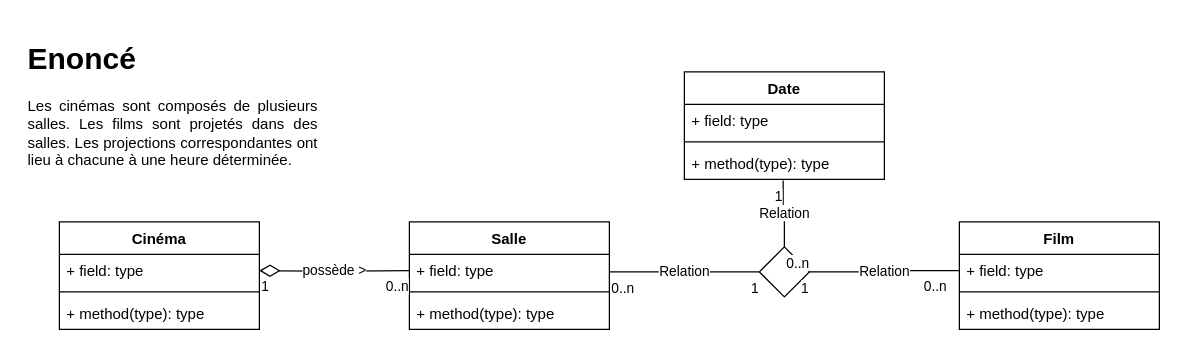
Earlier version of the draw.io diagram exo8.drawio (valentin-cochin/cda-uml-exos). Source tidied: cells renumbered, new cells numbered last; positions are measured from the earlier drawing's top-left corner, leaving out a move shared by most shapes. Both pictures are drawn from the tidied source at 125%, with x=0, y=0 at pixel (21, 34).
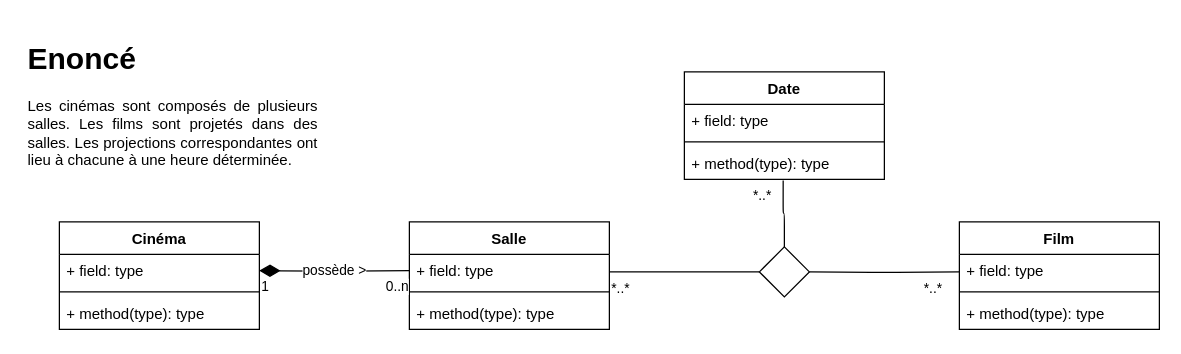
The same page after the edit.

Unchanged cells that the change refers to:
```xml
<mxCell id="8" value="+ field: type" style="text;strokeColor=none;fillColor=none;align=left;verticalAlign=top;spacingLeft=4;spacingRight=4;overflow=hidden;points=[[0,0.5],[1,0.5]];portConstraint=eastwest;" parent="7" vertex="1">
  <mxGeometry y="26" width="160" height="26" as="geometry" />
</mxCell>
<mxCell id="12" value="+ field: type" style="text;strokeColor=none;fillColor=none;align=left;verticalAlign=top;spacingLeft=4;spacingRight=4;overflow=hidden;points=[[0,0.5],[1,0.5]];portConstraint=eastwest;" parent="11" vertex="1">
  <mxGeometry y="26" width="160" height="26" as="geometry" />
</mxCell>
<mxCell id="21" value="+ method(type): type" style="text;strokeColor=none;fillColor=none;align=left;verticalAlign=top;spacingLeft=4;spacingRight=4;overflow=hidden;points=[[0,0.5],[1,0.5]];portConstraint=eastwest;" parent="18" vertex="1">
  <mxGeometry y="60" width="160" height="26" as="geometry" />
</mxCell>
<mxCell id="25" style="rhombus;" parent="1" vertex="1">
  <mxGeometry x="590" y="170" width="40" height="40" as="geometry" />
</mxCell>
```

What changed in the source:
```diff
@@
-    <mxCell id="15" value="possède &amp;gt;" style="endArrow=none;html=1;endSize=12;startArrow=diamondThin;startSize=14;startFill=0;edgeStyle=orthogonalEdgeStyle;endFill=0;entryX=0;entryY=0.5;entryDx=0;entryDy=0;" parent="1" edge="1" target="8">
+    <mxCell id="15" value="possède &amp;gt;" style="endArrow=none;html=1;endSize=12;startArrow=diamondThin;startSize=14;startFill=1;edgeStyle=orthogonalEdgeStyle;endFill=0;entryX=0;entryY=0.5;entryDx=0;entryDy=0;" parent="1" edge="1" target="8">
       <mxGeometry relative="1" as="geometry">
         <mxPoint x="190" y="189" as="sourcePoint" />
       </mxGeometry>
     </mxCell>
@@
-    <mxCell id="22" value="Relation" style="endArrow=none;html=1;endSize=12;startArrow=none;startSize=14;startFill=0;edgeStyle=orthogonalEdgeStyle;endFill=0;" parent="1" edge="1">
+    <mxCell id="22" style="endArrow=none;html=1;endSize=12;startArrow=none;startSize=14;startFill=0;edgeStyle=orthogonalEdgeStyle;endFill=0;" parent="1" edge="1">
       <mxGeometry relative="1" as="geometry">
         <mxPoint x="470" y="190" as="sourcePoint" />
         <mxPoint x="590" y="190" as="targetPoint" />
       </mxGeometry>
     </mxCell>
-    <mxCell id="23" value="0..n" style="edgeLabel;html=1;align=left;verticalAlign=top;" parent="22" vertex="1">
+    <mxCell id="23" value="*..*" style="edgeLabel;html=1;align=left;verticalAlign=top;" parent="22" vertex="1">
       <mxGeometry x="-1" relative="1" as="geometry" />
     </mxCell>
-    <mxCell id="24" value="1" style="edgeLabel;html=1;align=right;verticalAlign=top;" parent="22" vertex="1">
-      <mxGeometry x="1" relative="1" as="geometry" />
-    </mxCell>
@@
-    <mxCell id="26" value="Relation" style="endArrow=none;html=1;endSize=12;startArrow=none;startSize=14;startFill=0;edgeStyle=orthogonalEdgeStyle;exitX=0;exitY=0.5;exitDx=0;exitDy=0;endFill=0;" parent="1" edge="1" source="12" target="25">
-      <mxGeometry relative="1" as="geometry" />
+    <mxCell id="26" style="endArrow=none;html=1;endSize=12;startArrow=none;startSize=14;startFill=0;edgeStyle=orthogonalEdgeStyle;endFill=0;" parent="1" edge="1" target="25">
+      <mxGeometry relative="1" as="geometry">
+        <mxPoint x="750" y="190" as="sourcePoint" />
+      </mxGeometry>
     </mxCell>
-    <mxCell id="27" value="0..n" style="edgeLabel;html=1;align=left;verticalAlign=top;" parent="26" vertex="1">
+    <mxCell id="27" value="*..*" style="edgeLabel;html=1;align=left;verticalAlign=top;" parent="26" vertex="1">
       <mxGeometry x="-1" relative="1" as="geometry">
         <mxPoint x="-30" as="offset" />
       </mxGeometry>
     </mxCell>
-    <mxCell id="28" value="1" style="edgeLabel;html=1;align=right;verticalAlign=top;" parent="26" vertex="1">
-      <mxGeometry x="1" relative="1" as="geometry" />
-    </mxCell>
-    <mxCell id="29" value="Relation" style="endArrow=none;html=1;endSize=12;startArrow=none;startSize=14;startFill=0;edgeStyle=orthogonalEdgeStyle;entryX=0.494;entryY=1.038;entryDx=0;entryDy=0;entryPerimeter=0;exitX=0.5;exitY=0;exitDx=0;exitDy=0;endFill=0;" parent="1" edge="1" source="25" target="21">
+    <mxCell id="29" style="endArrow=none;html=1;endSize=12;startArrow=none;startSize=14;startFill=0;edgeStyle=orthogonalEdgeStyle;entryX=0.494;entryY=1.038;entryDx=0;entryDy=0;entryPerimeter=0;exitX=0.5;exitY=0;exitDx=0;exitDy=0;endFill=0;" parent="1" edge="1" source="25" target="21">
       <mxGeometry relative="1" as="geometry" />
     </mxCell>
-    <mxCell id="30" value="0..n" style="edgeLabel;html=1;align=left;verticalAlign=top;" parent="29" vertex="1">
-      <mxGeometry x="-1" relative="1" as="geometry" />
-    </mxCell>
-    <mxCell id="31" value="1" style="edgeLabel;html=1;align=right;verticalAlign=top;" parent="29" vertex="1">
-      <mxGeometry x="1" relative="1" as="geometry" />
+    <mxCell id="31" value="*..*" style="edgeLabel;html=1;align=right;verticalAlign=top;" parent="29" vertex="1">
+      <mxGeometry x="1" relative="1" as="geometry">
+        <mxPoint x="-9" y="-1" as="offset" />
+      </mxGeometry>
     </mxCell>
```
